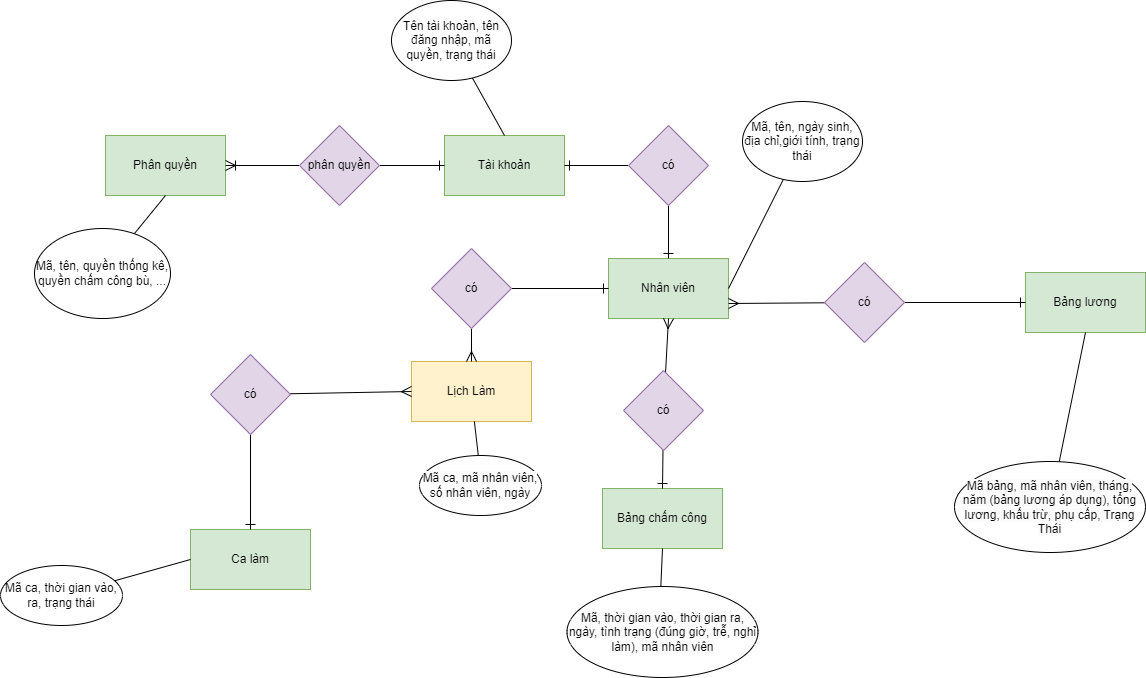
sonvuuu28/PhanMemChamCong keeps this draw.io diagram as ERD_RDM/ERD.png. Above is the earlier version. Source tidied: cells renumbered, new cells last; positions are measured from the earlier drawing's top-left corner, leaving out a move shared by most shapes.
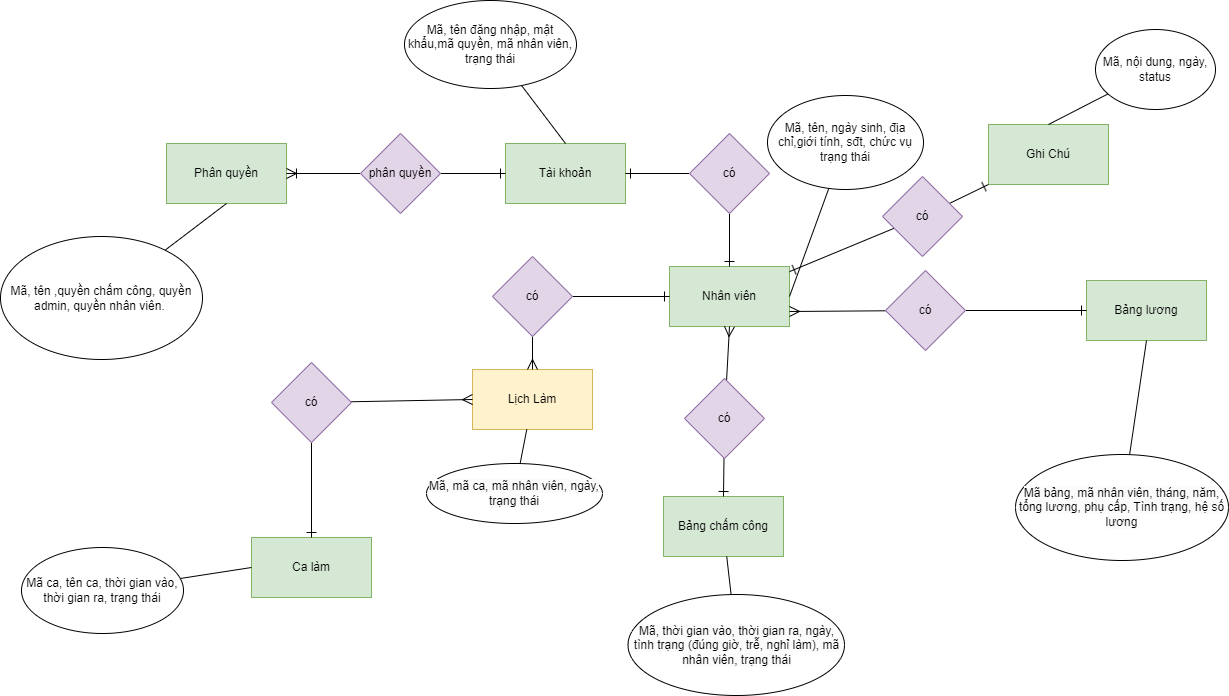
After the change.

What changed in the source:
```diff
@@ -80,38 +80,38 @@
     <mxCell id="27" style="edgeStyle=none;curved=1;rounded=0;jettySize=auto;html=1;entryX=0.5;entryY=1;entryDx=0;entryDy=0;fontSize=12;startSize=8;endSize=8;endArrow=none;endFill=0;" parent="1" edge="1" source="28" target="2">
       <mxGeometry relative="1" as="geometry" />
     </mxCell>
-    <mxCell id="28" value="Mã, tên, quyền thống kê, quyền chấm công bù, ..." style="ellipse;whiteSpace=wrap;html=1;" parent="1" vertex="1">
-      <mxGeometry x="34" y="228" width="136" height="90" as="geometry" />
+    <mxCell id="28" value="Mã, tên ,quyền chấm công, quyền admin, quyền nhân viên.&amp;nbsp;" style="ellipse;whiteSpace=wrap;html=1;" parent="1" vertex="1">
+      <mxGeometry x="-61" y="228" width="202" height="123" as="geometry" />
     </mxCell>
     <mxCell id="29" style="edgeStyle=none;curved=1;rounded=0;jettySize=auto;html=1;entryX=1;entryY=0.5;entryDx=0;entryDy=0;fontSize=12;startSize=8;endSize=8;endArrow=none;endFill=0;" parent="1" edge="1" source="30" target="4">
       <mxGeometry relative="1" as="geometry" />
     </mxCell>
-    <mxCell id="30" value="Mã, tên, ngày sinh, địa chỉ,giới tính, trạng thái" style="ellipse;whiteSpace=wrap;html=1;" parent="1" vertex="1">
-      <mxGeometry x="742" y="101" width="120" height="80" as="geometry" />
+    <mxCell id="30" value="Mã, tên, ngày sinh, địa chỉ,giới tính, sđt, chức vụ trạng thái" style="ellipse;whiteSpace=wrap;html=1;" parent="1" vertex="1">
+      <mxGeometry x="706" y="87" width="156" height="94" as="geometry" />
     </mxCell>
     <mxCell id="31" style="edgeStyle=none;curved=1;rounded=0;jettySize=auto;html=1;entryX=0.5;entryY=0;entryDx=0;entryDy=0;fontSize=12;startSize=8;endSize=8;endArrow=none;endFill=0;" parent="1" edge="1" source="32" target="3">
       <mxGeometry relative="1" as="geometry" />
     </mxCell>
-    <mxCell id="32" value="Tên tài khoản, tên đăng nhập, mã quyền, trạng thái" style="ellipse;whiteSpace=wrap;html=1;" parent="1" vertex="1">
-      <mxGeometry x="391" width="120" height="80" as="geometry" />
+    <mxCell id="32" value="Mã, tên đăng nhập, mật khẩu,mã quyền, mã nhân viên, trạng thái" style="ellipse;whiteSpace=wrap;html=1;" parent="1" vertex="1">
+      <mxGeometry x="343" y="-8" width="172" height="88" as="geometry" />
     </mxCell>
     <mxCell id="33" style="edgeStyle=none;curved=1;rounded=0;jettySize=auto;html=1;entryX=0;entryY=0.5;entryDx=0;entryDy=0;fontSize=12;startSize=8;endSize=8;endArrow=none;endFill=0;" parent="1" edge="1" source="34" target="5">
       <mxGeometry relative="1" as="geometry" />
     </mxCell>
-    <mxCell id="34" value="Mã ca, thời gian vào, ra, trạng thái" style="ellipse;whiteSpace=wrap;html=1;align=center;" parent="1" vertex="1">
-      <mxGeometry y="565" width="122" height="60" as="geometry" />
+    <mxCell id="34" value="Mã ca, tên ca, thời gian vào, thời gian ra, trạng thái" style="ellipse;whiteSpace=wrap;html=1;align=center;" parent="1" vertex="1">
+      <mxGeometry x="-40" y="539" width="162" height="86" as="geometry" />
     </mxCell>
     <mxCell id="35" style="edgeStyle=none;curved=1;rounded=0;jettySize=auto;html=1;fontSize=12;startSize=8;endSize=8;endArrow=none;endFill=0;" parent="1" edge="1" source="36" target="6">
       <mxGeometry relative="1" as="geometry" />
     </mxCell>
-    <mxCell id="36" value="&lt;span style=&quot;background-color: rgb(251, 251, 251);&quot;&gt;Mã ca, mã nhân viên, số nhân viên, ngày&lt;/span&gt;" style="ellipse;whiteSpace=wrap;html=1;align=center;" parent="1" vertex="1">
-      <mxGeometry x="419" y="455" width="122" height="60" as="geometry" />
+    <mxCell id="36" value="&lt;span style=&quot;background-color: rgb(251, 251, 251);&quot;&gt;Mã, mã ca, mã nhân viên, ngày, trạng thái&lt;/span&gt;" style="ellipse;whiteSpace=wrap;html=1;align=center;" parent="1" vertex="1">
+      <mxGeometry x="365" y="455" width="176" height="60" as="geometry" />
     </mxCell>
     <mxCell id="37" style="edgeStyle=none;curved=1;rounded=0;jettySize=auto;html=1;fontSize=12;startSize=8;endSize=8;endArrow=none;endFill=0;" parent="1" edge="1" source="38" target="8">
       <mxGeometry relative="1" as="geometry" />
     </mxCell>
-    <mxCell id="38" value="&lt;span style=&quot;background-color: rgb(251, 251, 251);&quot;&gt;Mã, thời gian vào, thời gian ra, ngày, tình trạng (đúng giờ, trễ, nghỉ làm), mã nhân viên&lt;/span&gt;" style="ellipse;whiteSpace=wrap;html=1;align=center;" parent="1" vertex="1">
-      <mxGeometry x="566.5" y="586" width="191" height="91" as="geometry" />
+    <mxCell id="38" value="&lt;span style=&quot;background-color: rgb(251, 251, 251);&quot;&gt;Mã, thời gian vào, thời gian ra, ngày, tình trạng (đúng giờ, trễ, nghỉ làm), mã nhân viên, trạng thái&lt;/span&gt;" style="ellipse;whiteSpace=wrap;html=1;align=center;" parent="1" vertex="1">
+      <mxGeometry x="566.5" y="586" width="216.5" height="101" as="geometry" />
     </mxCell>
     <mxCell id="39" style="edgeStyle=none;curved=1;rounded=0;orthogonalLoop=1;jettySize=auto;html=1;exitX=0;exitY=1;exitDx=0;exitDy=0;fontSize=12;startSize=8;endSize=8;" parent="1" edge="1" source="23" target="23">
       <mxGeometry relative="1" as="geometry" />
@@ -119,8 +119,26 @@
     <mxCell id="40" style="edgeStyle=none;curved=1;rounded=0;jettySize=auto;html=1;entryX=0.5;entryY=1;entryDx=0;entryDy=0;fontSize=12;startSize=8;endSize=8;endArrow=none;endFill=0;" parent="1" edge="1" source="41" target="7">
       <mxGeometry relative="1" as="geometry" />
     </mxCell>
-    <mxCell id="41" value="&lt;span style=&quot;background-color: rgb(251, 251, 251);&quot;&gt;Mã bảng, mã nhân viên, tháng, năm (bảng lương áp dụng), tổng lương, khấu trừ, phụ cấp, Trạng Thái&lt;/span&gt;" style="ellipse;whiteSpace=wrap;html=1;align=center;" parent="1" vertex="1">
-      <mxGeometry x="954" y="461" width="191" height="91" as="geometry" />
+    <mxCell id="41" value="&lt;span style=&quot;background-color: rgb(251, 251, 251);&quot;&gt;Mã bảng, mã nhân viên, tháng, năm, tổng lương, phụ cấp, Tình trạng, hệ số lương&lt;/span&gt;" style="ellipse;whiteSpace=wrap;html=1;align=center;" parent="1" vertex="1">
+      <mxGeometry x="954" y="446" width="213" height="106" as="geometry" />
     </mxCell>
+    <mxCell id="42" value="Ghi Chú" style="rounded=0;whiteSpace=wrap;html=1;fillColor=#d5e8d4;strokeColor=#82b366;" parent="1" vertex="1">
+      <mxGeometry x="927" y="116" width="120" height="60" as="geometry" />
+    </mxCell>
+    <mxCell id="43" style="edgeStyle=none;curved=1;rounded=0;jettySize=auto;html=1;entryX=0;entryY=1;entryDx=0;entryDy=0;fontSize=12;startSize=8;endSize=8;endArrow=ERone;endFill=0;" parent="1" edge="1" source="45" target="42">
+      <mxGeometry relative="1" as="geometry" />
+    </mxCell>
+    <mxCell id="44" style="edgeStyle=none;curved=1;rounded=0;jettySize=auto;html=1;fontSize=12;startSize=8;endSize=8;endArrow=ERone;endFill=0;" parent="1" edge="1" source="45" target="4">
+      <mxGeometry relative="1" as="geometry" />
+    </mxCell>
+    <mxCell id="45" value="có" style="rhombus;whiteSpace=wrap;html=1;rounded=0;fillColor=#e1d5e7;strokeColor=#9673a6;" parent="1" vertex="1">
+      <mxGeometry x="821" y="168" width="80" height="80" as="geometry" />
+    </mxCell>
+    <mxCell id="46" style="edgeStyle=none;curved=1;rounded=0;jettySize=auto;html=1;entryX=0.5;entryY=0;entryDx=0;entryDy=0;fontSize=12;startSize=8;endSize=8;endArrow=none;endFill=0;" parent="1" edge="1" source="47" target="42">
+      <mxGeometry relative="1" as="geometry" />
+    </mxCell>
+    <mxCell id="47" value="Mã, nội dung, ngày, status" style="ellipse;whiteSpace=wrap;html=1;" parent="1" vertex="1">
+      <mxGeometry x="1034" y="21" width="120" height="80" as="geometry" />
+    </mxCell>
   </root>
 </mxGraphModel>
```
